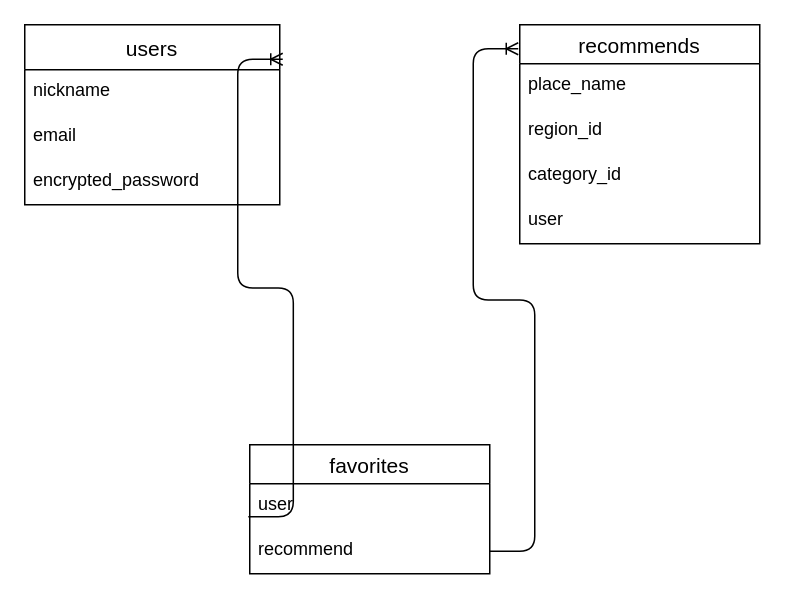
Above: test.dio in Ikumarucyanman/original-37116 (draw.io), before the change. Source tidied: cells renumbered, new cells numbered last; positions are measured from the earlier drawing's top-left corner, leaving out a move shared by most shapes. Both pictures are drawn from the tidied source at 150%, with x=0, y=0 at pixel (24, 24).
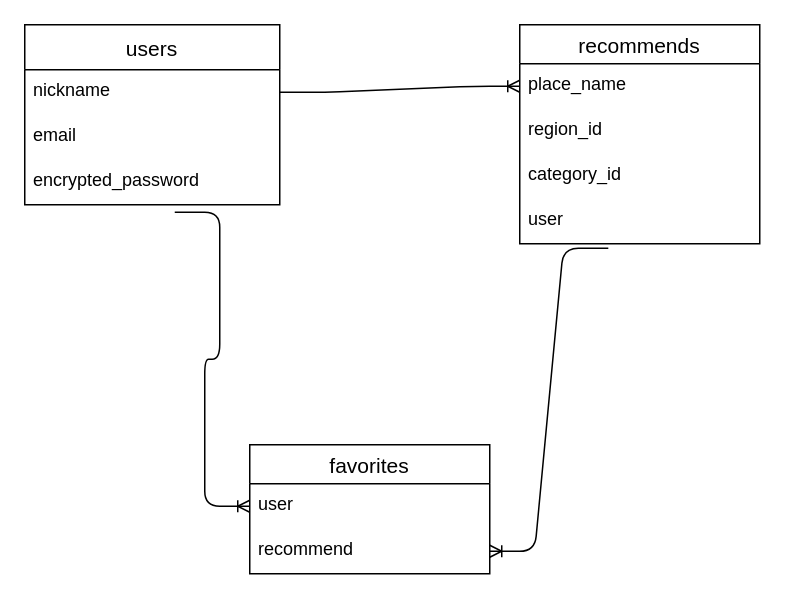
After the change.

The edit, as a diff of the source:
```diff
@@
 <mxGraphModel>
   <root>
     <mxCell id="0" />
     <mxCell id="1" parent="0" />
     <mxCell id="2" value="users" style="swimlane;fontStyle=0;horizontal=1;startSize=30;align=center;fontSize=14;" parent="1" vertex="1">
       <mxGeometry width="170" height="120" as="geometry" />
     </mxCell>
     <mxCell id="3" value="nickname" style="text;strokeColor=none;fillColor=none;spacingLeft=4;spacingRight=4;overflow=hidden;points=[[0,0.5],[1,0.5]];portConstraint=eastwest;fontSize=12;" parent="2" vertex="1">
       <mxGeometry y="30" width="170" height="30" as="geometry" />
     </mxCell>
     <mxCell id="4" value="email" style="text;strokeColor=none;fillColor=none;spacingLeft=4;spacingRight=4;overflow=hidden;fontSize=12;" parent="2" vertex="1">
       <mxGeometry y="60" width="170" height="30" as="geometry" />
     </mxCell>
     <mxCell id="5" value="encrypted_password" style="text;strokeColor=none;fillColor=none;spacingLeft=4;spacingRight=4;overflow=hidden;fontSize=12;" parent="2" vertex="1">
       <mxGeometry y="90" width="170" height="30" as="geometry" />
     </mxCell>
     <mxCell id="6" value="recommends" style="swimlane;fontStyle=0;horizontal=1;startSize=26;align=center;fontSize=14;" parent="1" vertex="1">
       <mxGeometry x="330" width="160" height="146" as="geometry" />
     </mxCell>
     <mxCell id="7" value="place_name" style="text;strokeColor=none;fillColor=none;spacingLeft=4;spacingRight=4;overflow=hidden;points=[[0,0.5],[1,0.5]];portConstraint=eastwest;fontSize=12;" parent="6" vertex="1">
       <mxGeometry y="26" width="160" height="30" as="geometry" />
     </mxCell>
     <mxCell id="8" value="region_id" style="text;strokeColor=none;fillColor=none;spacingLeft=4;spacingRight=4;overflow=hidden;fontSize=12;" parent="6" vertex="1">
       <mxGeometry y="56" width="160" height="30" as="geometry" />
     </mxCell>
     <mxCell id="9" value="category_id" style="text;strokeColor=none;fillColor=none;spacingLeft=4;spacingRight=4;overflow=hidden;fontSize=12;" parent="6" vertex="1">
       <mxGeometry y="86" width="160" height="30" as="geometry" />
     </mxCell>
     <mxCell id="10" value="user" style="text;strokeColor=none;fillColor=none;spacingLeft=4;spacingRight=4;overflow=hidden;points=[[0,0.5],[1,0.5]];portConstraint=eastwest;fontSize=12;" parent="6" vertex="1">
       <mxGeometry y="116" width="160" height="30" as="geometry" />
     </mxCell>
     <mxCell id="11" value="favorites" style="swimlane;fontStyle=0;horizontal=1;startSize=26;align=center;fontSize=14;" parent="1" vertex="1">
       <mxGeometry x="150" y="280" width="160" height="86" as="geometry" />
     </mxCell>
     <mxCell id="12" value="user" style="text;strokeColor=none;fillColor=none;spacingLeft=4;spacingRight=4;overflow=hidden;points=[[0,0.5],[1,0.5]];portConstraint=eastwest;fontSize=12;" parent="11" vertex="1">
       <mxGeometry y="26" width="160" height="30" as="geometry" />
     </mxCell>
     <mxCell id="13" value="recommend" style="text;strokeColor=none;fillColor=none;spacingLeft=4;spacingRight=4;overflow=hidden;points=[[0,0.5],[1,0.5]];portConstraint=eastwest;fontSize=12;" parent="11" vertex="1">
       <mxGeometry y="56" width="160" height="30" as="geometry" />
     </mxCell>
-    <mxCell id="14" style="edgeStyle=entityRelationEdgeStyle;fontSize=12;html=1;endArrow=ERoneToMany;exitX=-0.006;exitY=0.733;exitDx=0;exitDy=0;exitPerimeter=0;" parent="1" edge="1" source="12">
+    <mxCell id="14" style="edgeStyle=entityRelationEdgeStyle;fontSize=12;html=1;endArrow=ERoneToMany;entryX=0;entryY=0.5;entryDx=0;entryDy=0;" parent="1" edge="1" target="12">
       <mxGeometry relative="1" as="geometry">
-        <mxPoint x="172" y="23" as="targetPoint" />
+        <mxPoint x="100" y="125" as="sourcePoint" />
       </mxGeometry>
     </mxCell>
-    <mxCell id="15" style="edgeStyle=entityRelationEdgeStyle;fontSize=12;html=1;endArrow=ERoneToMany;exitX=1;exitY=0.5;exitDx=0;exitDy=0;" parent="1" edge="1" source="13">
-      <mxGeometry relative="1" as="geometry">
-        <mxPoint x="329" y="16" as="targetPoint" />
-      </mxGeometry>
+    <mxCell id="15" style="edgeStyle=entityRelationEdgeStyle;fontSize=12;html=1;endArrow=ERoneToMany;exitX=0.369;exitY=1.1;exitDx=0;exitDy=0;exitPerimeter=0;entryX=1;entryY=0.5;entryDx=0;entryDy=0;" parent="1" edge="1" source="10" target="13">
+      <mxGeometry relative="1" as="geometry" />
     </mxCell>
+    <mxCell id="16" style="edgeStyle=entityRelationEdgeStyle;fontSize=12;html=1;endArrow=ERoneToMany;exitX=1;exitY=0.5;exitDx=0;exitDy=0;entryX=0;entryY=0.5;entryDx=0;entryDy=0;" parent="1" edge="1" source="3" target="7">
+      <mxGeometry relative="1" as="geometry" />
+    </mxCell>
   </root>
 </mxGraphModel>
```
